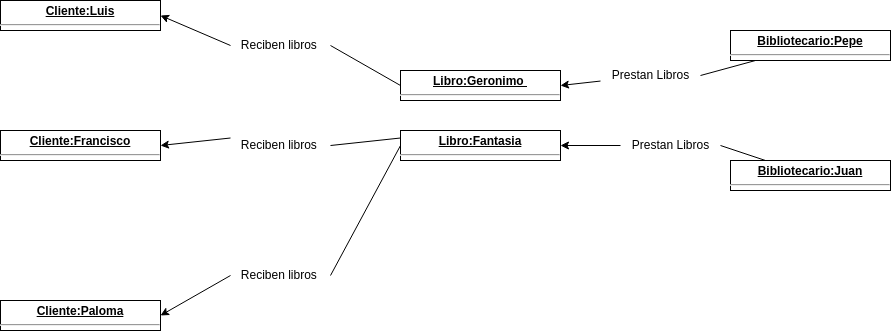
Above: ETS/Diagrama de Objectos/Gestion de biblioteca/Diagrama de objecto.drawio.png in JVC0/ETS (draw.io), before the change. Source tidied: cells renumbered, new cells last; positions are measured from the earlier drawing's top-left corner, leaving out a move shared by most shapes.
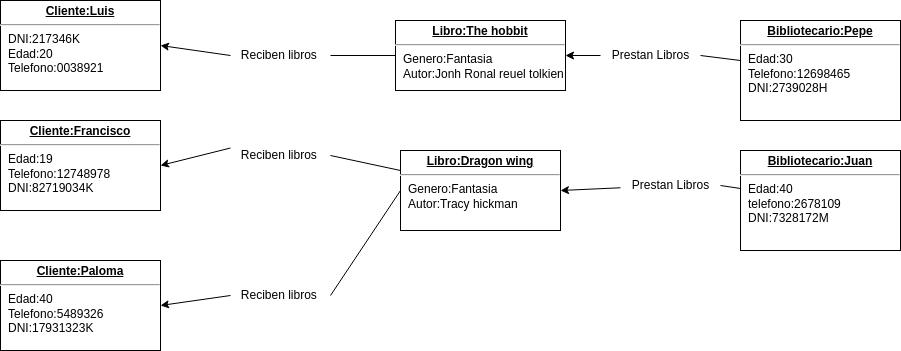
After the commit.

The edit, as a diff of the source:
```diff
@@ -5,35 +5,35 @@
     <mxCell id="2" style="edgeStyle=none;html=1;entryX=0;entryY=0.5;entryDx=0;entryDy=0;exitX=1;exitY=0.5;exitDx=0;exitDy=0;startArrow=none;startFill=1;endArrow=none;endFill=0;" parent="1" edge="1" source="23" target="5">
       <mxGeometry relative="1" as="geometry" />
     </mxCell>
-    <mxCell id="3" value="&lt;p style=&quot;margin:0px;margin-top:4px;text-align:center;text-decoration:underline;&quot;&gt;&lt;b&gt;Cliente:Luis&lt;/b&gt;&lt;/p&gt;&lt;hr&gt;&lt;p style=&quot;margin:0px;margin-left:8px;&quot;&gt;&lt;br&gt;&lt;/p&gt;" style="verticalAlign=top;align=left;overflow=fill;fontSize=12;fontFamily=Helvetica;html=1;" parent="1" vertex="1">
-      <mxGeometry width="160" height="30" as="geometry" />
+    <mxCell id="3" value="&lt;p style=&quot;margin:0px;margin-top:4px;text-align:center;text-decoration:underline;&quot;&gt;&lt;b&gt;Cliente:Luis&lt;/b&gt;&lt;/p&gt;&lt;hr&gt;&lt;p style=&quot;margin:0px;margin-left:8px;&quot;&gt;DNI:217346K&lt;/p&gt;&lt;p style=&quot;margin:0px;margin-left:8px;&quot;&gt;Edad:20&lt;/p&gt;&lt;p style=&quot;margin:0px;margin-left:8px;&quot;&gt;Telefono:0038921&lt;/p&gt;&lt;p style=&quot;margin:0px;margin-left:8px;&quot;&gt;&lt;br&gt;&lt;/p&gt;" style="verticalAlign=top;align=left;overflow=fill;fontSize=12;fontFamily=Helvetica;html=1;" parent="1" vertex="1">
+      <mxGeometry y="-20" width="160" height="90" as="geometry" />
     </mxCell>
-    <mxCell id="4" value="&lt;p style=&quot;margin:0px;margin-top:4px;text-align:center;text-decoration:underline;&quot;&gt;&lt;b&gt;Cliente:Francisco&lt;/b&gt;&lt;/p&gt;&lt;hr&gt;&lt;p style=&quot;margin:0px;margin-left:8px;&quot;&gt;&lt;br&gt;&lt;/p&gt;" style="verticalAlign=top;align=left;overflow=fill;fontSize=12;fontFamily=Helvetica;html=1;" parent="1" vertex="1">
-      <mxGeometry y="130" width="160" height="30" as="geometry" />
+    <mxCell id="4" value="&lt;p style=&quot;margin:0px;margin-top:4px;text-align:center;text-decoration:underline;&quot;&gt;&lt;b&gt;Cliente:Francisco&lt;/b&gt;&lt;/p&gt;&lt;hr&gt;&lt;p style=&quot;border-color: var(--border-color); margin: 0px 0px 0px 8px;&quot;&gt;Edad:19&lt;/p&gt;&lt;p style=&quot;border-color: var(--border-color); margin: 0px 0px 0px 8px;&quot;&gt;Telefono:12748978&lt;/p&gt;&lt;p style=&quot;border-color: var(--border-color); margin: 0px 0px 0px 8px;&quot;&gt;DNI:82719034K&lt;/p&gt;" style="verticalAlign=top;align=left;overflow=fill;fontSize=12;fontFamily=Helvetica;html=1;" parent="1" vertex="1">
+      <mxGeometry y="100" width="160" height="90" as="geometry" />
     </mxCell>
-    <mxCell id="5" value="&lt;p style=&quot;margin:0px;margin-top:4px;text-align:center;text-decoration:underline;&quot;&gt;&lt;b&gt;Libro:Geronimo&amp;nbsp;&lt;/b&gt;&lt;/p&gt;&lt;hr&gt;&lt;p style=&quot;margin:0px;margin-left:8px;&quot;&gt;&lt;br&gt;&lt;/p&gt;" style="verticalAlign=top;align=left;overflow=fill;fontSize=12;fontFamily=Helvetica;html=1;" parent="1" vertex="1">
-      <mxGeometry x="400" y="70" width="160" height="30" as="geometry" />
+    <mxCell id="5" value="&lt;p style=&quot;margin:0px;margin-top:4px;text-align:center;text-decoration:underline;&quot;&gt;&lt;b&gt;Libro:The hobbit&lt;/b&gt;&lt;/p&gt;&lt;hr&gt;&lt;p style=&quot;margin:0px;margin-left:8px;&quot;&gt;Genero:Fantasia&lt;/p&gt;&lt;p style=&quot;margin:0px;margin-left:8px;&quot;&gt;Autor:Jonh Ronal reuel tolkien&lt;/p&gt;" style="verticalAlign=top;align=left;overflow=fill;fontSize=12;fontFamily=Helvetica;html=1;" parent="1" vertex="1">
+      <mxGeometry x="395" width="170" height="70" as="geometry" />
     </mxCell>
     <mxCell id="6" style="edgeStyle=none;html=1;entryX=1;entryY=0.5;entryDx=0;entryDy=0;startArrow=none;" parent="1" edge="1" source="15" target="5">
       <mxGeometry relative="1" as="geometry" />
     </mxCell>
-    <mxCell id="7" value="&lt;p style=&quot;margin:0px;margin-top:4px;text-align:center;text-decoration:underline;&quot;&gt;&lt;b&gt;Bibliotecario:Pepe&lt;/b&gt;&lt;/p&gt;&lt;hr&gt;&lt;p style=&quot;margin:0px;margin-left:8px;&quot;&gt;&lt;br&gt;&lt;/p&gt;" style="verticalAlign=top;align=left;overflow=fill;fontSize=12;fontFamily=Helvetica;html=1;" parent="1" vertex="1">
-      <mxGeometry x="730" y="30" width="160" height="30" as="geometry" />
+    <mxCell id="7" value="&lt;p style=&quot;margin:0px;margin-top:4px;text-align:center;text-decoration:underline;&quot;&gt;&lt;b&gt;Bibliotecario:Pepe&lt;/b&gt;&lt;/p&gt;&lt;hr&gt;&lt;p style=&quot;margin:0px;margin-left:8px;&quot;&gt;Edad:30&lt;/p&gt;&lt;p style=&quot;margin:0px;margin-left:8px;&quot;&gt;Telefono:12698465&lt;/p&gt;&lt;p style=&quot;margin:0px;margin-left:8px;&quot;&gt;DNI:2739028H&lt;/p&gt;" style="verticalAlign=top;align=left;overflow=fill;fontSize=12;fontFamily=Helvetica;html=1;" parent="1" vertex="1">
+      <mxGeometry x="740" width="160" height="100" as="geometry" />
     </mxCell>
-    <mxCell id="8" value="&lt;p style=&quot;margin:0px;margin-top:4px;text-align:center;text-decoration:underline;&quot;&gt;&lt;b&gt;Libro:Fantasia&lt;/b&gt;&lt;/p&gt;&lt;hr&gt;&lt;p style=&quot;margin:0px;margin-left:8px;&quot;&gt;&lt;br&gt;&lt;/p&gt;" style="verticalAlign=top;align=left;overflow=fill;fontSize=12;fontFamily=Helvetica;html=1;" parent="1" vertex="1">
-      <mxGeometry x="400" y="130" width="160" height="30" as="geometry" />
+    <mxCell id="8" value="&lt;p style=&quot;margin:0px;margin-top:4px;text-align:center;text-decoration:underline;&quot;&gt;&lt;b&gt;Libro:Dragon wing&lt;/b&gt;&lt;/p&gt;&lt;hr&gt;&lt;p style=&quot;border-color: var(--border-color); margin: 0px 0px 0px 8px;&quot;&gt;Genero:Fantasia&lt;/p&gt;&lt;p style=&quot;border-color: var(--border-color); margin: 0px 0px 0px 8px;&quot;&gt;Autor:Tracy hickman&lt;/p&gt;" style="verticalAlign=top;align=left;overflow=fill;fontSize=12;fontFamily=Helvetica;html=1;" parent="1" vertex="1">
+      <mxGeometry x="400" y="130" width="160" height="80" as="geometry" />
     </mxCell>
     <mxCell id="9" style="edgeStyle=none;html=1;entryX=0;entryY=0.5;entryDx=0;entryDy=0;exitX=1;exitY=0.5;exitDx=0;exitDy=0;startArrow=none;startFill=1;endArrow=none;endFill=0;" parent="1" edge="1" source="19" target="8">
       <mxGeometry relative="1" as="geometry" />
     </mxCell>
-    <mxCell id="10" value="&lt;p style=&quot;margin:0px;margin-top:4px;text-align:center;text-decoration:underline;&quot;&gt;&lt;b&gt;Cliente:Paloma&lt;/b&gt;&lt;/p&gt;&lt;hr&gt;&lt;p style=&quot;margin:0px;margin-left:8px;&quot;&gt;&lt;br&gt;&lt;/p&gt;" style="verticalAlign=top;align=left;overflow=fill;fontSize=12;fontFamily=Helvetica;html=1;" parent="1" vertex="1">
-      <mxGeometry y="300" width="160" height="30" as="geometry" />
+    <mxCell id="10" value="&lt;p style=&quot;margin:0px;margin-top:4px;text-align:center;text-decoration:underline;&quot;&gt;&lt;b&gt;Cliente:Paloma&lt;/b&gt;&lt;/p&gt;&lt;hr&gt;&lt;p style=&quot;border-color: var(--border-color); margin: 0px 0px 0px 8px;&quot;&gt;Edad:40&lt;/p&gt;&lt;p style=&quot;border-color: var(--border-color); margin: 0px 0px 0px 8px;&quot;&gt;Telefono:5489326&lt;/p&gt;&lt;p style=&quot;border-color: var(--border-color); margin: 0px 0px 0px 8px;&quot;&gt;DNI:17931323K&lt;/p&gt;" style="verticalAlign=top;align=left;overflow=fill;fontSize=12;fontFamily=Helvetica;html=1;" parent="1" vertex="1">
+      <mxGeometry y="240" width="160" height="90" as="geometry" />
     </mxCell>
     <mxCell id="11" style="edgeStyle=none;html=1;entryX=1;entryY=0.5;entryDx=0;entryDy=0;startArrow=none;" parent="1" edge="1" source="17" target="8">
       <mxGeometry relative="1" as="geometry" />
     </mxCell>
-    <mxCell id="12" value="&lt;p style=&quot;margin:0px;margin-top:4px;text-align:center;text-decoration:underline;&quot;&gt;&lt;b&gt;Bibliotecario:Juan&lt;/b&gt;&lt;/p&gt;&lt;hr&gt;&lt;p style=&quot;margin:0px;margin-left:8px;&quot;&gt;&lt;br&gt;&lt;/p&gt;" style="verticalAlign=top;align=left;overflow=fill;fontSize=12;fontFamily=Helvetica;html=1;" parent="1" vertex="1">
-      <mxGeometry x="730" y="160" width="160" height="30" as="geometry" />
+    <mxCell id="12" value="&lt;p style=&quot;margin:0px;margin-top:4px;text-align:center;text-decoration:underline;&quot;&gt;&lt;b&gt;Bibliotecario:Juan&lt;/b&gt;&lt;/p&gt;&lt;hr&gt;&lt;p style=&quot;margin:0px;margin-left:8px;&quot;&gt;Edad:40&lt;/p&gt;&lt;p style=&quot;margin:0px;margin-left:8px;&quot;&gt;telefono:2678109&lt;/p&gt;&lt;p style=&quot;margin:0px;margin-left:8px;&quot;&gt;DNI:7328172M&lt;/p&gt;" style="verticalAlign=top;align=left;overflow=fill;fontSize=12;fontFamily=Helvetica;html=1;" parent="1" vertex="1">
+      <mxGeometry x="740" y="130" width="160" height="100" as="geometry" />
     </mxCell>
     <mxCell id="13" style="endArrow=none;html=1;exitX=1;exitY=0.5;exitDx=0;exitDy=0;entryX=0;entryY=0.25;entryDx=0;entryDy=0;startArrow=none;startFill=1;endFill=0;" parent="1" edge="1" source="21" target="8">
       <mxGeometry relative="1" as="geometry" />
@@ -42,13 +42,13 @@
       <mxGeometry relative="1" as="geometry" />
     </mxCell>
     <mxCell id="15" value="Prestan Libros&lt;br&gt;" style="text;html=1;align=center;verticalAlign=middle;points=[];strokeColor=none;fillColor=none;" parent="1" vertex="1">
-      <mxGeometry x="600" y="60" width="100" height="30" as="geometry" />
+      <mxGeometry x="600" y="20" width="100" height="30" as="geometry" />
     </mxCell>
     <mxCell id="16" style="edgeStyle=none;html=1;entryX=1;entryY=0.5;entryDx=0;entryDy=0;endArrow=none;" parent="1" edge="1" source="12" target="17">
       <mxGeometry relative="1" as="geometry" />
     </mxCell>
     <mxCell id="17" value="Prestan Libros&lt;br&gt;" style="text;html=1;align=center;verticalAlign=middle;points=[];strokeColor=none;fillColor=none;" parent="1" vertex="1">
-      <mxGeometry x="620" y="130" width="100" height="30" as="geometry" />
+      <mxGeometry x="620" y="150" width="100" height="30" as="geometry" />
     </mxCell>
     <mxCell id="18" style="edgeStyle=none;html=1;entryX=0;entryY=0.5;entryDx=0;entryDy=0;exitX=1;exitY=0.5;exitDx=0;exitDy=0;startArrow=classic;startFill=1;endArrow=none;endFill=0;" parent="1" edge="1" source="10" target="19">
       <mxGeometry relative="1" as="geometry" />
@@ -60,13 +60,13 @@
       <mxGeometry relative="1" as="geometry" />
     </mxCell>
     <mxCell id="21" value="Reciben libros&amp;nbsp;" style="text;html=1;align=center;verticalAlign=middle;points=[];strokeColor=none;fillColor=none;" parent="1" vertex="1">
-      <mxGeometry x="230" y="130" width="100" height="30" as="geometry" />
+      <mxGeometry x="230" y="120" width="100" height="30" as="geometry" />
     </mxCell>
     <mxCell id="22" style="edgeStyle=none;html=1;entryX=0;entryY=0.5;entryDx=0;entryDy=0;exitX=1;exitY=0.5;exitDx=0;exitDy=0;startArrow=classic;startFill=1;endArrow=none;endFill=0;" parent="1" edge="1" source="3" target="23">
       <mxGeometry relative="1" as="geometry" />
     </mxCell>
     <mxCell id="23" value="Reciben libros&amp;nbsp;" style="text;html=1;align=center;verticalAlign=middle;points=[];strokeColor=none;fillColor=none;" parent="1" vertex="1">
-      <mxGeometry x="230" y="30" width="100" height="30" as="geometry" />
+      <mxGeometry x="230" y="20" width="100" height="30" as="geometry" />
     </mxCell>
   </root>
 </mxGraphModel>
```
